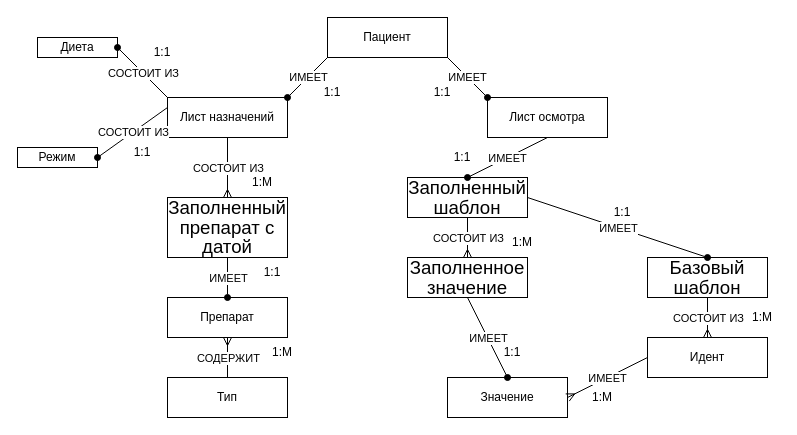
EgorTrukhin/hexagon keeps this draw.io diagram as Untitled Diagram.drawio. Above is the earlier version. Source tidied: cells renumbered, new cells numbered last; positions are measured from the earlier drawing's top-left corner, leaving out a move shared by most shapes. Both pictures are drawn from the tidied source at 100%, with x=0, y=0 at pixel (17, 17).
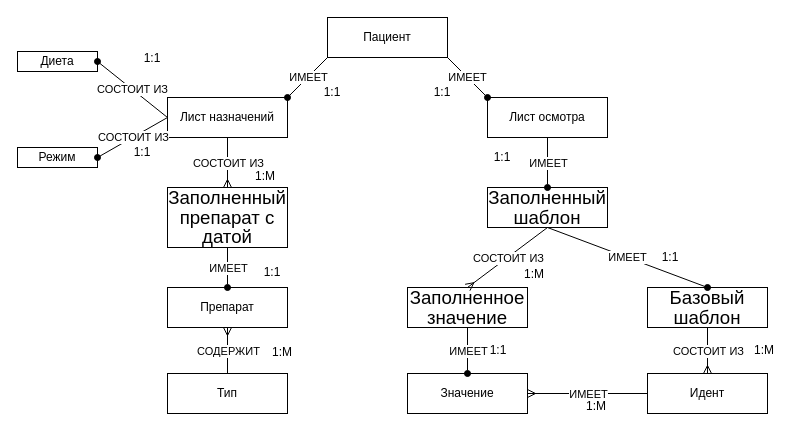
After the change.

The change refers to these unchanged cells:
```xml
<mxCell id="3" value="Лист назначений" style="rounded=0;whiteSpace=wrap;html=1;" parent="1" vertex="1">
  <mxGeometry x="150" y="80" width="120" height="40" as="geometry" />
</mxCell>
<mxCell id="4" value="Лист осмотра" style="rounded=0;whiteSpace=wrap;html=1;" parent="1" vertex="1">
  <mxGeometry x="470" y="80" width="120" height="40" as="geometry" />
</mxCell>
<mxCell id="11" value="Режим" style="rounded=0;whiteSpace=wrap;html=1;" parent="1" vertex="1">
  <mxGeometry y="130" width="80" height="20" as="geometry" />
</mxCell>
```

Change to the diagram source:
```diff
@@
     <mxCell id="12" value="Диета" style="rounded=0;whiteSpace=wrap;html=1;" parent="1" vertex="1">
-      <mxGeometry x="20" y="20" width="80" height="20" as="geometry" />
+      <mxGeometry y="34" width="80" height="20" as="geometry" />
     </mxCell>
-    <mxCell id="13" style="endArrow=oval;html=1;rounded=0;exitX=0;exitY=0;exitDx=0;exitDy=0;entryX=1;entryY=0.5;entryDx=0;entryDy=0;endFill=1;" parent="1" edge="1" source="3" target="12">
-      <mxGeometry relative="1" as="geometry">
-        <Array as="points">
-          <mxPoint x="120" y="50" />
-        </Array>
-      </mxGeometry>
+    <mxCell id="13" style="endArrow=oval;html=1;rounded=0;exitX=0;exitY=0.5;exitDx=0;exitDy=0;entryX=1;entryY=0.5;entryDx=0;entryDy=0;endFill=1;" parent="1" edge="1" source="3" target="12">
+      <mxGeometry relative="1" as="geometry" />
     </mxCell>
@@
-    <mxCell id="15" style="endArrow=oval;html=1;rounded=0;entryX=1;entryY=0.5;entryDx=0;entryDy=0;endFill=1;" parent="1" edge="1" target="11">
-      <mxGeometry relative="1" as="geometry">
-        <mxPoint x="150" y="90" as="sourcePoint" />
-      </mxGeometry>
+    <mxCell id="15" style="endArrow=oval;html=1;rounded=0;entryX=1;entryY=0.5;entryDx=0;entryDy=0;endFill=1;exitX=0;exitY=0.5;exitDx=0;exitDy=0;" parent="1" edge="1" source="3" target="11">
+      <mxGeometry relative="1" as="geometry" />
     </mxCell>
@@
     <mxCell id="17" value="&lt;span style=&quot;font-size:14.0pt;line-height:107%;&lt;br/&gt;font-family:&amp;quot;Times New Roman&amp;quot;,&amp;quot;serif&amp;quot;;mso-fareast-font-family:Calibri;&lt;br/&gt;mso-fareast-theme-font:minor-latin;mso-ansi-language:RU;mso-fareast-language:&lt;br/&gt;EN-US;mso-bidi-language:AR-SA&quot;&gt;Заполненный препарат с датой&lt;/span&gt;" style="rounded=0;whiteSpace=wrap;html=1;" parent="1" vertex="1">
-      <mxGeometry x="150" y="180" width="120" height="60" as="geometry" />
+      <mxGeometry x="150" y="170" width="120" height="60" as="geometry" />
     </mxCell>
     <mxCell id="18" value="1:1&lt;br&gt;" style="text;html=1;strokeColor=none;fillColor=none;align=center;verticalAlign=middle;whiteSpace=wrap;rounded=0;" parent="1" vertex="1">
-      <mxGeometry x="130" y="30" width="30" height="10" as="geometry" />
+      <mxGeometry x="120" y="36" width="30" height="10" as="geometry" />
     </mxCell>
@@
     <mxCell id="22" value="1:М&lt;br&gt;" style="text;html=1;strokeColor=none;fillColor=none;align=center;verticalAlign=middle;whiteSpace=wrap;rounded=0;" parent="1" vertex="1">
-      <mxGeometry x="230" y="160" width="30" height="10" as="geometry" />
+      <mxGeometry x="233" y="154" width="30" height="10" as="geometry" />
     </mxCell>
     <mxCell id="23" value="&lt;span&gt;Препарат&lt;/span&gt;" style="rounded=0;whiteSpace=wrap;html=1;" parent="1" vertex="1">
-      <mxGeometry x="150" y="280" width="120" height="40" as="geometry" />
+      <mxGeometry x="150" y="270" width="120" height="40" as="geometry" />
     </mxCell>
     <mxCell id="24" value="&lt;span&gt;Тип&lt;/span&gt;" style="rounded=0;whiteSpace=wrap;html=1;" parent="1" vertex="1">
-      <mxGeometry x="150" y="360" width="120" height="40" as="geometry" />
+      <mxGeometry x="150" y="356" width="120" height="40" as="geometry" />
     </mxCell>
@@
     <mxCell id="31" value="&lt;span style=&quot;font-size:14.0pt;line-height:107%;&lt;br/&gt;font-family:&amp;quot;Times New Roman&amp;quot;,&amp;quot;serif&amp;quot;;mso-fareast-font-family:Calibri;&lt;br/&gt;mso-fareast-theme-font:minor-latin;mso-ansi-language:RU;mso-fareast-language:&lt;br/&gt;EN-US;mso-bidi-language:AR-SA&quot;&gt;Заполненный шаблон&lt;/span&gt;" style="rounded=0;whiteSpace=wrap;html=1;" parent="1" vertex="1">
-      <mxGeometry x="390" y="160" width="120" height="40" as="geometry" />
+      <mxGeometry x="470" y="170" width="120" height="40" as="geometry" />
     </mxCell>
     <mxCell id="32" value="&lt;span style=&quot;font-size:14.0pt;line-height:107%;&lt;br/&gt;font-family:&amp;quot;Times New Roman&amp;quot;,&amp;quot;serif&amp;quot;;mso-fareast-font-family:Calibri;&lt;br/&gt;mso-fareast-theme-font:minor-latin;mso-ansi-language:RU;mso-fareast-language:&lt;br/&gt;EN-US;mso-bidi-language:AR-SA&quot;&gt;Заполненное значение&lt;/span&gt;" style="rounded=0;whiteSpace=wrap;html=1;" parent="1" vertex="1">
-      <mxGeometry x="390" y="240" width="120" height="40" as="geometry" />
+      <mxGeometry x="390" y="270" width="120" height="40" as="geometry" />
     </mxCell>
     <mxCell id="33" value="&lt;span style=&quot;font-size:14.0pt;line-height:107%;&lt;br/&gt;font-family:&amp;quot;Times New Roman&amp;quot;,&amp;quot;serif&amp;quot;;mso-fareast-font-family:Calibri;&lt;br/&gt;mso-fareast-theme-font:minor-latin;mso-ansi-language:RU;mso-fareast-language:&lt;br/&gt;EN-US;mso-bidi-language:AR-SA&quot;&gt;Базовый шаблон&lt;/span&gt;" style="rounded=0;whiteSpace=wrap;html=1;" parent="1" vertex="1">
-      <mxGeometry x="630" y="240" width="120" height="40" as="geometry" />
+      <mxGeometry x="630" y="270" width="120" height="40" as="geometry" />
     </mxCell>
@@
     <mxCell id="35" value="Идент" style="rounded=0;whiteSpace=wrap;html=1;" parent="1" vertex="1">
-      <mxGeometry x="630" y="320" width="120" height="40" as="geometry" />
+      <mxGeometry x="630" y="356" width="120" height="40" as="geometry" />
     </mxCell>
     <mxCell id="36" value="Значение" style="rounded=0;whiteSpace=wrap;html=1;" parent="1" vertex="1">
-      <mxGeometry x="430" y="360" width="120" height="40" as="geometry" />
+      <mxGeometry x="390" y="356" width="120" height="40" as="geometry" />
     </mxCell>
@@
     <mxCell id="39" value="1:М&lt;br&gt;" style="text;html=1;strokeColor=none;fillColor=none;align=center;verticalAlign=middle;whiteSpace=wrap;rounded=0;" parent="1" vertex="1">
-      <mxGeometry x="570" y="375" width="30" height="10" as="geometry" />
+      <mxGeometry x="564" y="384" width="30" height="10" as="geometry" />
     </mxCell>
-    <mxCell id="40" style="endArrow=ERmany;html=1;rounded=0;entryX=0.5;entryY=0;entryDx=0;entryDy=0;endFill=0;" parent="1" edge="1" target="35">
-      <mxGeometry relative="1" as="geometry">
-        <mxPoint x="690" y="280" as="sourcePoint" />
-      </mxGeometry>
+    <mxCell id="40" style="endArrow=ERmany;html=1;rounded=0;entryX=0.5;entryY=0;entryDx=0;entryDy=0;endFill=0;exitX=0.5;exitY=1;exitDx=0;exitDy=0;" parent="1" edge="1" source="33" target="35">
+      <mxGeometry relative="1" as="geometry" />
     </mxCell>
@@
     <mxCell id="42" value="1:М&lt;br&gt;" style="text;html=1;strokeColor=none;fillColor=none;align=center;verticalAlign=middle;whiteSpace=wrap;rounded=0;" parent="1" vertex="1">
-      <mxGeometry x="730" y="295" width="30" height="10" as="geometry" />
+      <mxGeometry x="732" y="328" width="30" height="10" as="geometry" />
     </mxCell>
@@
     <mxCell id="45" value="1:М&lt;br&gt;" style="text;html=1;strokeColor=none;fillColor=none;align=center;verticalAlign=middle;whiteSpace=wrap;rounded=0;" parent="1" vertex="1">
-      <mxGeometry x="490" y="220" width="30" height="10" as="geometry" />
+      <mxGeometry x="502" y="252" width="30" height="10" as="geometry" />
     </mxCell>
     <mxCell id="46" style="endArrow=oval;html=1;rounded=0;exitX=0.5;exitY=1;exitDx=0;exitDy=0;entryX=0.5;entryY=0;entryDx=0;entryDy=0;endFill=1;" parent="1" edge="1" source="4" target="31">
-      <mxGeometry relative="1" as="geometry">
-        <Array as="points">
-          <mxPoint x="490" y="140" />
-        </Array>
-      </mxGeometry>
+      <mxGeometry relative="1" as="geometry" />
     </mxCell>
@@
     <mxCell id="48" value="1:1&lt;br&gt;" style="text;html=1;strokeColor=none;fillColor=none;align=center;verticalAlign=middle;whiteSpace=wrap;rounded=0;" parent="1" vertex="1">
-      <mxGeometry x="430" y="135" width="30" height="10" as="geometry" />
+      <mxGeometry x="470" y="135" width="30" height="10" as="geometry" />
     </mxCell>
-    <mxCell id="49" style="endArrow=oval;html=1;rounded=0;exitX=1;exitY=0.5;exitDx=0;exitDy=0;entryX=0.5;entryY=0;entryDx=0;entryDy=0;endFill=1;" parent="1" edge="1" source="31" target="33">
+    <mxCell id="49" style="endArrow=oval;html=1;rounded=0;exitX=0.5;exitY=1;exitDx=0;exitDy=0;entryX=0.5;entryY=0;entryDx=0;entryDy=0;endFill=1;" parent="1" edge="1" source="31" target="33">
       <mxGeometry relative="1" as="geometry" />
     </mxCell>
@@
     <mxCell id="51" value="1:1&lt;br&gt;" style="text;html=1;strokeColor=none;fillColor=none;align=center;verticalAlign=middle;whiteSpace=wrap;rounded=0;" parent="1" vertex="1">
-      <mxGeometry x="590" y="190" width="30" height="10" as="geometry" />
+      <mxGeometry x="638" y="235" width="30" height="10" as="geometry" />
     </mxCell>
@@
     <mxCell id="54" value="1:1&lt;br&gt;" style="text;html=1;strokeColor=none;fillColor=none;align=center;verticalAlign=middle;whiteSpace=wrap;rounded=0;" parent="1" vertex="1">
-      <mxGeometry x="480" y="330" width="30" height="10" as="geometry" />
+      <mxGeometry x="466" y="328" width="30" height="10" as="geometry" />
     </mxCell>
```
